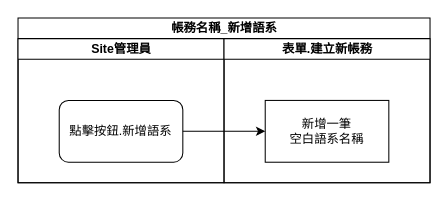
Before: 8.10.0/UPDATE/ITEM_3/RTE/attachment/SysBranchAdd_AppendName.drawio in ArcareRD/sadocs, a draw.io diagram. Source tidied: cells renumbered, new cells numbered last; positions are measured from the earlier drawing's top-left corner, leaving out a move shared by most shapes. Both pictures are drawn from the tidied source at 103%, with x=0, y=0 at pixel (18, 18).
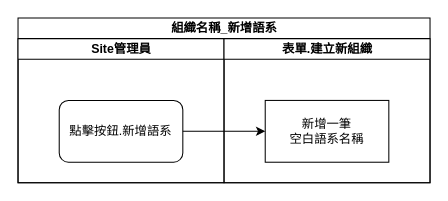
The same page after the edit.

Diff of the diagram source:
```diff
@@
 <mxGraphModel>
   <root>
     <mxCell id="0" />
     <mxCell id="1" parent="0" />
-    <mxCell id="2" value="帳務名稱_新增語系" style="swimlane;html=1;startSize=20;" parent="1" vertex="1">
+    <mxCell id="2" value="組織名稱_新增語系" style="swimlane;html=1;startSize=20;" parent="1" vertex="1">
       <mxGeometry width="400" height="160" as="geometry" />
     </mxCell>
     <mxCell id="3" value="Site管理員" style="swimlane;html=1;startSize=20;" parent="2" vertex="1">
       <mxGeometry y="20" width="200" height="140" as="geometry" />
     </mxCell>
     <mxCell id="4" value="點擊按鈕.新增語系" style="rounded=1;whiteSpace=wrap;html=1;" parent="3" vertex="1">
       <mxGeometry x="40" y="60" width="120" height="60" as="geometry" />
     </mxCell>
-    <mxCell id="5" value="表單.建立新帳務" style="swimlane;html=1;startSize=20;" parent="2" vertex="1">
+    <mxCell id="5" value="表單.建立新組織" style="swimlane;html=1;startSize=20;" parent="2" vertex="1">
       <mxGeometry x="200" y="20" width="200" height="140" as="geometry" />
     </mxCell>
     <mxCell id="6" value="新增一筆&lt;br&gt;空白語系名稱" style="rounded=0;whiteSpace=wrap;html=1;" parent="5" vertex="1">
       <mxGeometry x="40" y="60" width="120" height="60" as="geometry" />
     </mxCell>
     <mxCell id="7" style="edgeStyle=orthogonalEdgeStyle;rounded=0;jettySize=auto;html=1;exitX=1;exitY=0.5;exitDx=0;exitDy=0;entryX=0;entryY=0.5;entryDx=0;entryDy=0;" parent="2" edge="1" source="4" target="6">
       <mxGeometry relative="1" as="geometry" />
     </mxCell>
   </root>
 </mxGraphModel>
```
